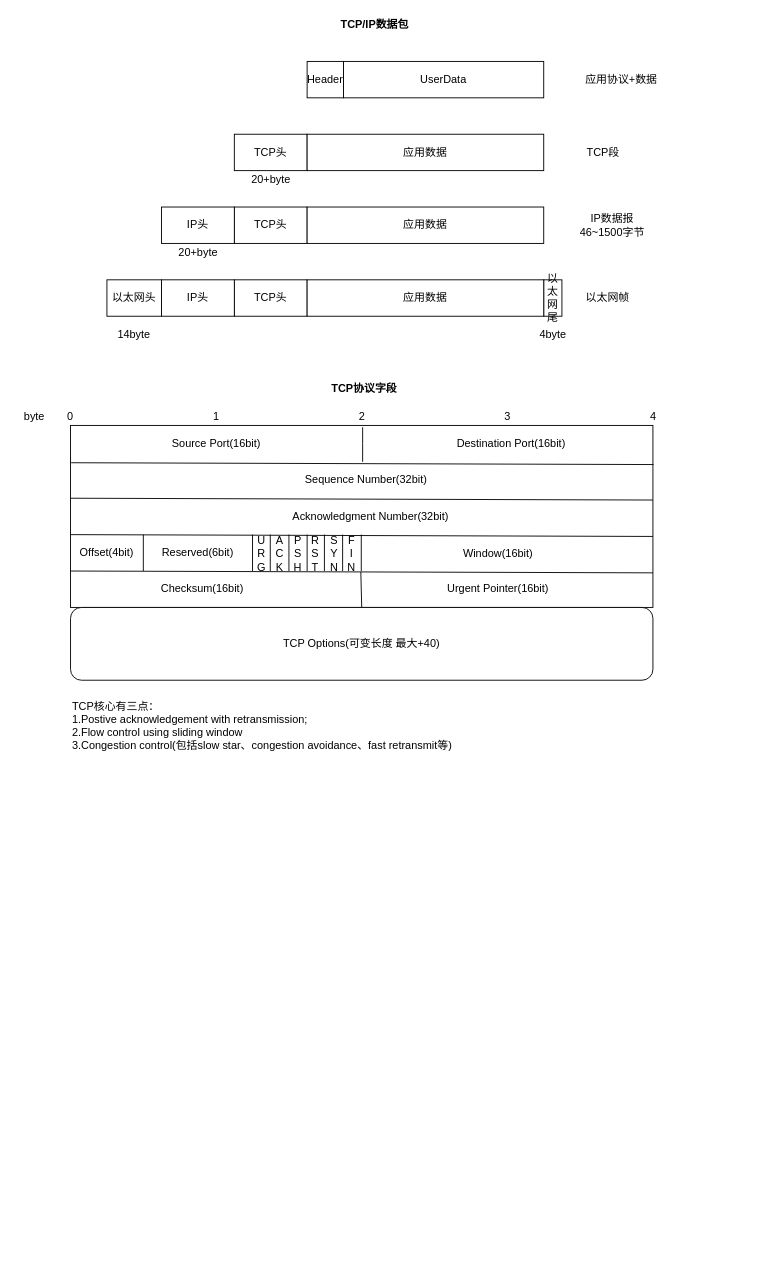
The draw.io diagram TCP-IP.drawio in xuelei20/drawio, before the edit. Source tidied: cells renumbered, new cells numbered last; positions are measured from the earlier drawing's top-left corner, leaving out a move shared by most shapes. Both pictures are drawn from the tidied source at 91%, with x=0, y=0 at pixel (15, 15).
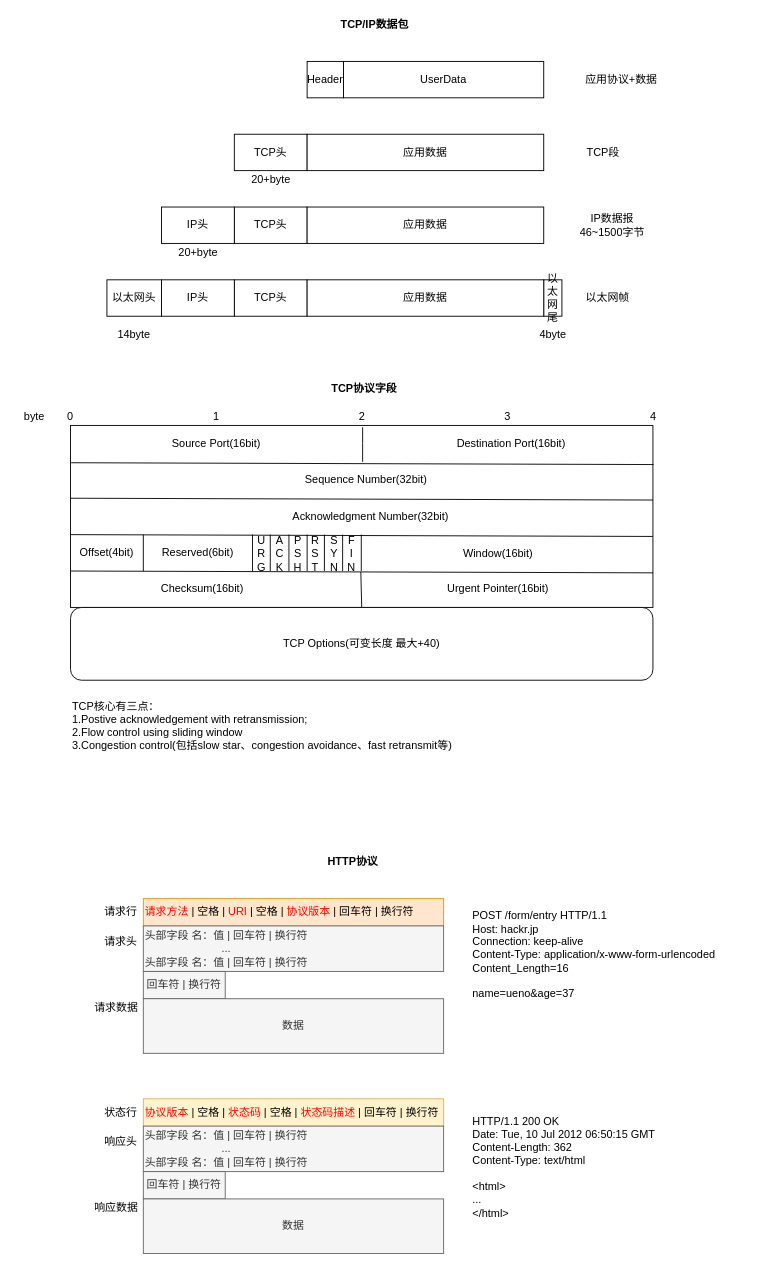
Above is the later version.

The edit, as a diff of the source:
```diff
@@
+    <mxCell id="62" value="&lt;b&gt;HTTP协议&lt;/b&gt;" style="text;html=1;align=center;verticalAlign=middle;" parent="1" vertex="1">
+      <mxGeometry x="335" y="920" width="70" height="20" as="geometry" />
+    </mxCell>
+    <mxCell id="63" value="&lt;font color=&quot;#ff0000&quot;&gt;请求方法&lt;/font&gt; | 空格 | &lt;font color=&quot;#ff0000&quot;&gt;URI&lt;/font&gt; | 空格 | &lt;font color=&quot;#ff0000&quot;&gt;协议版本&lt;/font&gt; | 回车符 | 换行符" style="rounded=0;whiteSpace=wrap;html=1;align=left;fillColor=#ffe6cc;strokeColor=#d79b00;" parent="1" vertex="1">
+      <mxGeometry x="140" y="970" width="330" height="30" as="geometry" />
+    </mxCell>
+    <mxCell id="64" value="请求行" style="text;html=1;align=center;verticalAlign=middle;" parent="1" vertex="1">
+      <mxGeometry x="90" y="975" width="50" height="20" as="geometry" />
+    </mxCell>
+    <mxCell id="65" value="请求头" style="text;html=1;align=center;verticalAlign=middle;" parent="1" vertex="1">
+      <mxGeometry x="90" y="1007" width="50" height="20" as="geometry" />
+    </mxCell>
+    <mxCell id="66" value="&lt;div style=&quot;text-align: center&quot;&gt;&lt;span&gt;头部字段 名：值 | 回车符 | 换行符&lt;/span&gt;&lt;/div&gt;&lt;div style=&quot;text-align: center&quot;&gt;&lt;span&gt;...&lt;/span&gt;&lt;/div&gt;&lt;div style=&quot;text-align: center&quot;&gt;头部字段 名：值 | 回车符 | 换行符&lt;br&gt;&lt;/div&gt;" style="rounded=0;whiteSpace=wrap;html=1;align=left;fillColor=#f5f5f5;strokeColor=#666666;fontColor=#333333;" parent="1" vertex="1">
+      <mxGeometry x="140" y="1000" width="330" height="50" as="geometry" />
+    </mxCell>
+    <mxCell id="67" value="回车符 | 换行符" style="rounded=0;whiteSpace=wrap;html=1;fillColor=#f5f5f5;strokeColor=#666666;fontColor=#333333;" parent="1" vertex="1">
+      <mxGeometry x="140" y="1050" width="90" height="30" as="geometry" />
+    </mxCell>
+    <mxCell id="68" value="数据" style="rounded=0;whiteSpace=wrap;html=1;fillColor=#f5f5f5;strokeColor=#666666;fontColor=#333333;" parent="1" vertex="1">
+      <mxGeometry x="140" y="1080" width="330" height="60" as="geometry" />
+    </mxCell>
+    <mxCell id="69" value="请求数据" style="text;html=1;align=center;verticalAlign=middle;" parent="1" vertex="1">
+      <mxGeometry x="80" y="1080" width="60" height="20" as="geometry" />
+    </mxCell>
+    <mxCell id="70" value="POST /form/entry HTTP/1.1&lt;br&gt;Host: hackr.jp&lt;br&gt;Connection: keep-alive&lt;br&gt;Content-Type: application/x-www-form-urlencoded&lt;br&gt;Content_Length=16&lt;br&gt;&lt;br&gt;name=ueno&amp;amp;age=37" style="text;html=1;strokeColor=none;fillColor=none;align=left;verticalAlign=middle;whiteSpace=wrap;rounded=0;" parent="1" vertex="1">
+      <mxGeometry x="500" y="947" width="300" height="170" as="geometry" />
+    </mxCell>
+    <mxCell id="71" value="&lt;font color=&quot;#ff0000&quot;&gt;协议版本&lt;/font&gt; | 空格 | &lt;font color=&quot;#ff0000&quot;&gt;状态码&lt;/font&gt; | 空格 | &lt;font color=&quot;#ff0000&quot;&gt;状态码描述&lt;/font&gt; | 回车符 | 换行符" style="rounded=0;whiteSpace=wrap;html=1;align=left;fillColor=#fff2cc;strokeColor=#d6b656;" parent="1" vertex="1">
+      <mxGeometry x="140" y="1190" width="330" height="30" as="geometry" />
+    </mxCell>
+    <mxCell id="72" value="状态行" style="text;html=1;align=center;verticalAlign=middle;" parent="1" vertex="1">
+      <mxGeometry x="90" y="1195" width="50" height="20" as="geometry" />
+    </mxCell>
+    <mxCell id="73" value="响应头" style="text;html=1;align=center;verticalAlign=middle;" parent="1" vertex="1">
+      <mxGeometry x="90" y="1227" width="50" height="20" as="geometry" />
+    </mxCell>
+    <mxCell id="74" value="&lt;div style=&quot;text-align: center&quot;&gt;&lt;span&gt;头部字段 名：值 | 回车符 | 换行符&lt;/span&gt;&lt;/div&gt;&lt;div style=&quot;text-align: center&quot;&gt;&lt;span&gt;...&lt;/span&gt;&lt;/div&gt;&lt;div style=&quot;text-align: center&quot;&gt;头部字段 名：值 | 回车符 | 换行符&lt;br&gt;&lt;/div&gt;" style="rounded=0;whiteSpace=wrap;html=1;align=left;fillColor=#f5f5f5;strokeColor=#666666;fontColor=#333333;" parent="1" vertex="1">
+      <mxGeometry x="140" y="1220" width="330" height="50" as="geometry" />
+    </mxCell>
+    <mxCell id="75" value="回车符 | 换行符" style="rounded=0;whiteSpace=wrap;html=1;fillColor=#f5f5f5;strokeColor=#666666;fontColor=#333333;" parent="1" vertex="1">
+      <mxGeometry x="140" y="1270" width="90" height="30" as="geometry" />
+    </mxCell>
+    <mxCell id="76" value="数据" style="rounded=0;whiteSpace=wrap;html=1;fillColor=#f5f5f5;strokeColor=#666666;fontColor=#333333;" parent="1" vertex="1">
+      <mxGeometry x="140" y="1300" width="330" height="60" as="geometry" />
+    </mxCell>
+    <mxCell id="77" value="响应数据" style="text;html=1;align=center;verticalAlign=middle;" parent="1" vertex="1">
+      <mxGeometry x="80" y="1300" width="60" height="20" as="geometry" />
+    </mxCell>
+    <mxCell id="78" value="HTTP/1.1 200 OK&lt;br&gt;Date: Tue, 10 Jul 2012 06:50:15 GMT&lt;br&gt;Content-Length: 362&lt;br&gt;Content-Type: text/html&lt;br&gt;&lt;br&gt;&amp;lt;html&amp;gt;&lt;br&gt;...&lt;br&gt;&amp;lt;/html&amp;gt;" style="text;html=1;strokeColor=none;fillColor=none;align=left;verticalAlign=middle;whiteSpace=wrap;rounded=0;" parent="1" vertex="1">
+      <mxGeometry x="500" y="1180" width="300" height="170" as="geometry" />
+    </mxCell>
```
